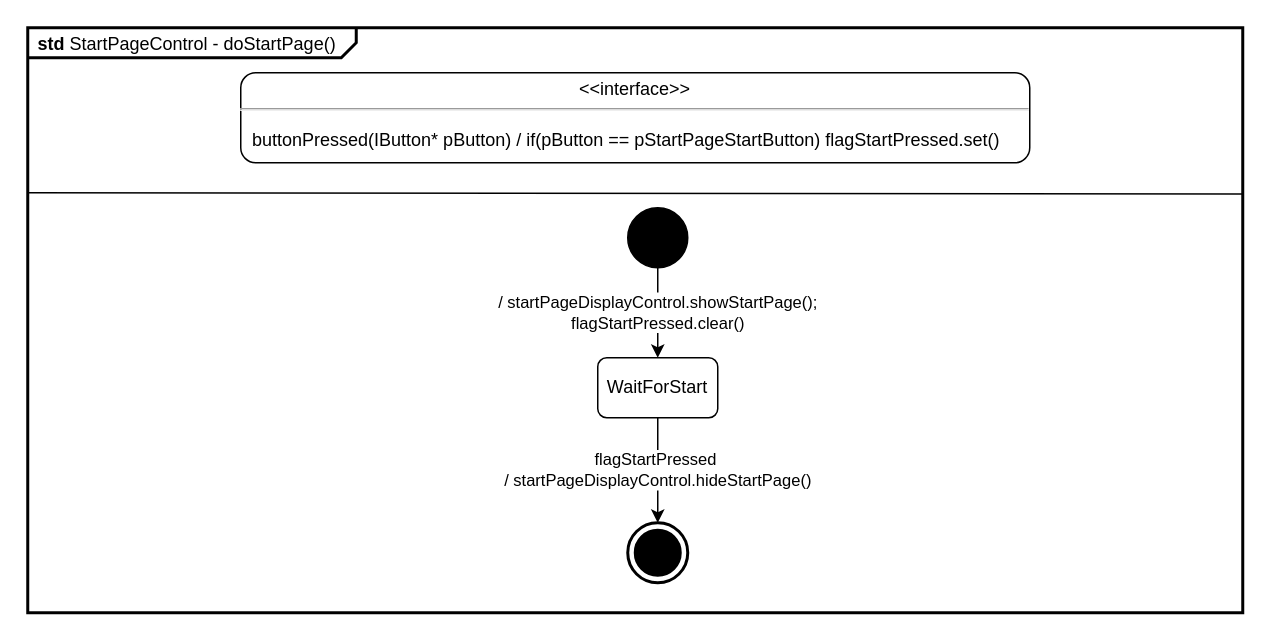
Before: page "STD-StartPageControl" (9 of 19) of apps/pong_super/models/pong_dg_adv.drawio in nepbuur1/test_lasergame_2_rework_CleanGUI_godmode, a draw.io diagram. Source tidied: cells renumbered, new cells numbered last; positions are measured from the earlier drawing's top-left corner, leaving out a move shared by most shapes. Both pictures are drawn from the tidied source at 150%, with x=0, y=0 at pixel (27, 27).
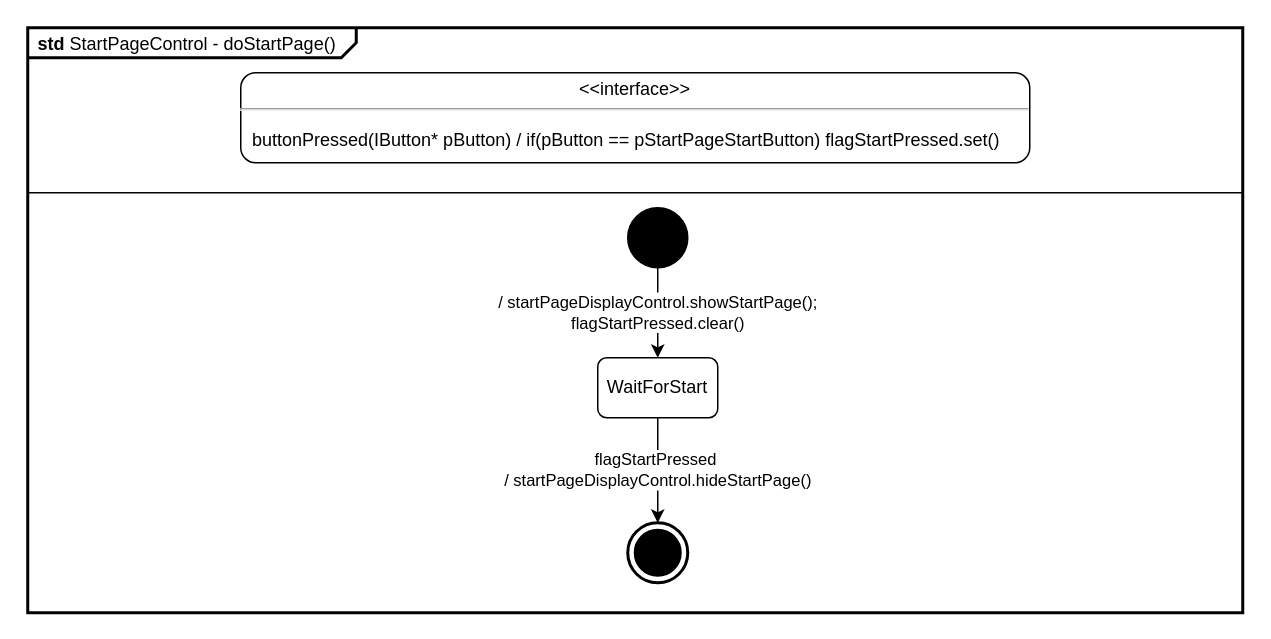
The same page after the edit.

What changed in the source:
```diff
@@
 <mxGraphModel>
   <root>
     <mxCell id="0" />
     <mxCell id="1" parent="0" />
     <mxCell id="2" value="&lt;p style=&quot;margin:0px;margin-top:4px;margin-left:7px;text-align:left;&quot;&gt;&lt;b&gt;std&lt;/b&gt;  StartPageControl - doStartPage()&lt;/p&gt;" style="html=1;shape=mxgraph.sysml.package;overflow=fill;labelX=219.67;strokeWidth=2;align=center;" parent="1" vertex="1">
       <mxGeometry width="810" height="390" as="geometry" />
     </mxCell>
     <mxCell id="3" value="&lt;p style=&quot;margin: 0px ; margin-top: 4px ; text-align: center&quot;&gt;&amp;lt;&amp;lt;interface&amp;gt;&amp;gt;&lt;/p&gt;&lt;hr&gt;&lt;p&gt;&lt;/p&gt;&lt;p style=&quot;margin: 0px ; margin-left: 8px ; text-align: left&quot;&gt;buttonPressed(IButton* pButton) / if(pButton == pStartPageStartButton) flagStartPressed.set()&lt;/p&gt;" style="shape=mxgraph.sysml.simpleState;html=1;overflow=fill;whiteSpace=wrap;align=center;" parent="1" vertex="1">
       <mxGeometry x="142" y="30" width="526" height="60" as="geometry" />
     </mxCell>
-    <mxCell id="4" style="endArrow=none;html=1;rounded=1;" parent="1" edge="1">
-      <mxGeometry relative="1" as="geometry">
-        <mxPoint y="110" as="sourcePoint" />
-        <mxPoint x="810" y="110.9" as="targetPoint" />
-      </mxGeometry>
-    </mxCell>
     <mxCell id="5" value="flagStartPressed&amp;nbsp;&lt;div&gt;/ startPageDisplayControl.hideStartPage()&lt;/div&gt;" style="edgeStyle=orthogonalEdgeStyle;rounded=0;jettySize=auto;html=1;" parent="1" edge="1" source="6" target="9">
       <mxGeometry relative="1" as="geometry">
         <Array as="points">
           <mxPoint x="420" y="290" />
           <mxPoint x="420" y="290" />
         </Array>
       </mxGeometry>
     </mxCell>
     <mxCell id="6" value="WaitForStart" style="rounded=1;whiteSpace=wrap;html=1;" parent="1" vertex="1">
       <mxGeometry x="380" y="220" width="80" height="40" as="geometry" />
     </mxCell>
     <mxCell id="7" value="&lt;div&gt;/ startPageDisplayControl.showStartPage();&lt;/div&gt;&lt;div style=&quot;&quot;&gt;flagStartPressed.clear()&lt;/div&gt;" style="edgeStyle=orthogonalEdgeStyle;rounded=0;jettySize=auto;html=1;align=center;labelBackgroundColor=default;" parent="1" edge="1" source="8" target="6">
       <mxGeometry relative="1" as="geometry" />
     </mxCell>
     <mxCell id="8" style="shape=ellipse;html=1;fillColor=#000000;fontSize=18;fontColor=#ffffff;" parent="1" vertex="1">
       <mxGeometry x="400" y="120" width="40" height="40" as="geometry" />
     </mxCell>
     <mxCell id="9" style="html=1;shape=mxgraph.sysml.actFinal;strokeWidth=2;verticalLabelPosition=bottom;verticalAlignment=top;" parent="1" vertex="1">
       <mxGeometry x="400" y="330" width="40" height="40" as="geometry" />
     </mxCell>
+    <mxCell id="10" style="line;strokeWidth=1;fillColor=none;align=left;verticalAlign=middle;spacingTop=-1;spacingLeft=3;spacingRight=3;labelPosition=right;" parent="1" vertex="1">
+      <mxGeometry y="106" width="810" height="8" as="geometry" />
+    </mxCell>
   </root>
 </mxGraphModel>
```
